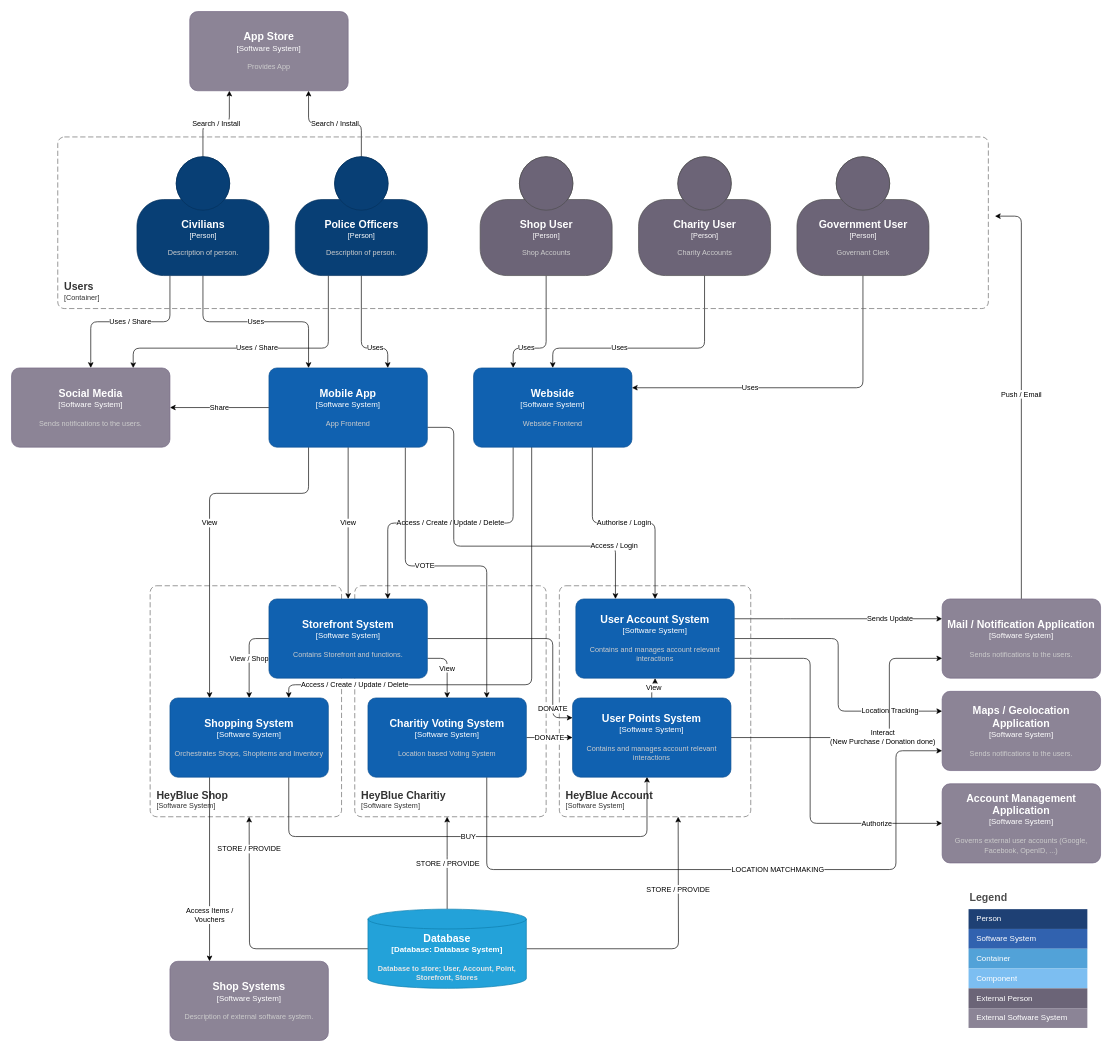
Above: page "C4 Level2" (1 of 3) of WiP/Usecases/12_shop.drawio in MinniMieze/HeyBlue (draw.io), before the change. Source tidied: cells renumbered, new cells numbered last; positions are measured from the earlier drawing's top-left corner, leaving out a move shared by most shapes. Both pictures are drawn from the tidied source at 66%, with x=0, y=0 at pixel (11, 11).
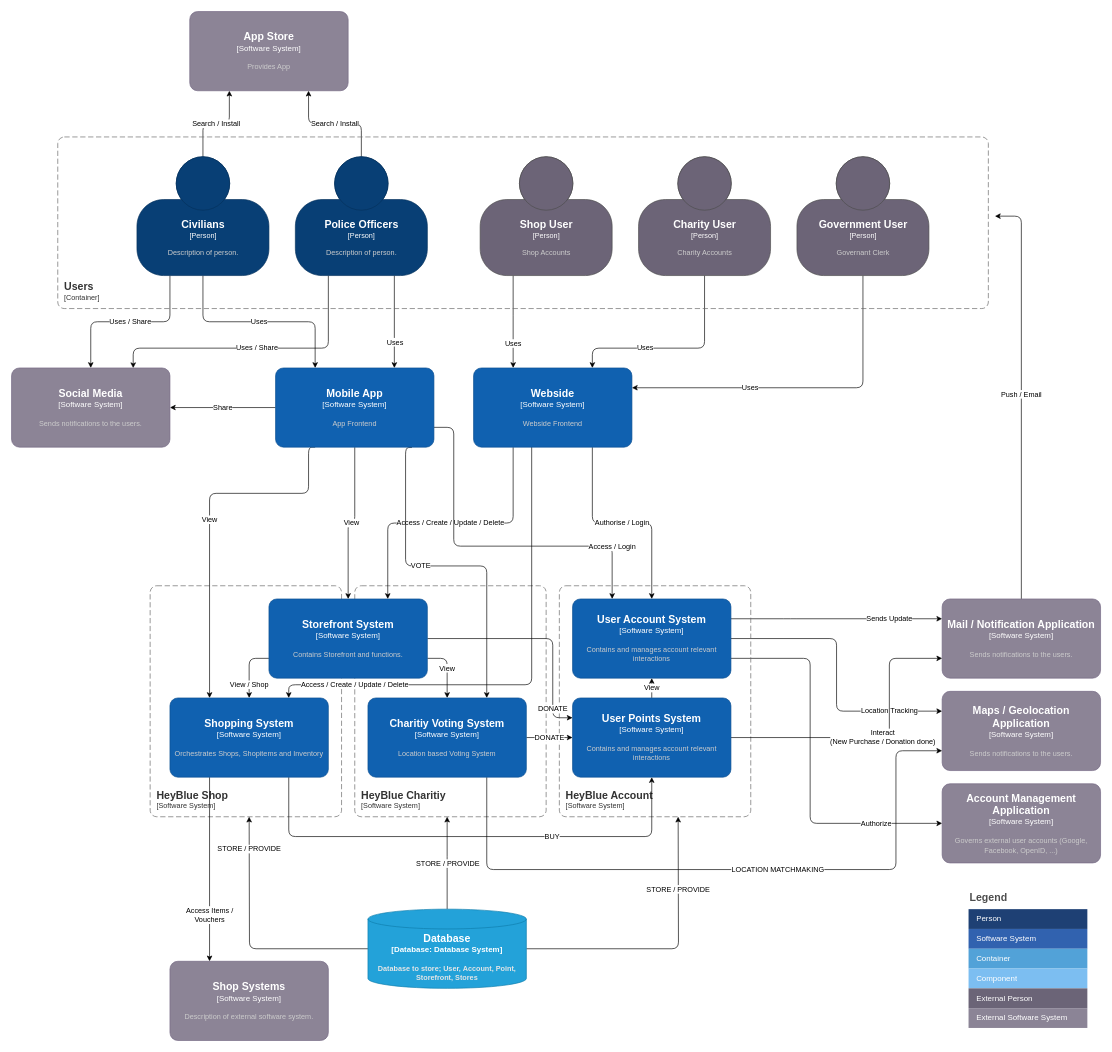
The same diagram, later.

Commit message:
C4 Level2 UC 12 - last alignments

Unchanged cells that the change refers to:
```xml
<object id="23" label="&lt;font style=&quot;font-size: 16px&quot;&gt;&lt;b&gt;%c4Name%&lt;/b&gt;&lt;/font&gt;&lt;div&gt;[%c4Type%]&lt;/div&gt;&lt;br&gt;&lt;div&gt;&lt;font style=&quot;font-size: 11px&quot;&gt;&lt;font color=&quot;#cccccc&quot;&gt;%c4Description%&lt;/font&gt;&lt;/div&gt;" c4Description="Contains Storefront and functions." c4Name="Storefront System" c4Type="Software System" placeholders="1">
  <mxCell style="rounded=1;whiteSpace=wrap;html=1;labelBackgroundColor=none;fillColor=#1061B0;fontColor=#ffffff;align=center;arcSize=10;strokeColor=#0D5091;points=[[0.25,0,0],[0.5,0,0],[0.75,0,0],[1,0.25,0],[1,0.5,0],[1,0.75,0],[0.75,1,0],[0.5,1,0],[0.25,1,0],[0,0.75,0],[0,0.5,0],[0,0.25,0]];" parent="1" vertex="1">
    <mxGeometry x="390" y="890" width="240" height="120" as="geometry" />
  </mxCell>
</object>
<object id="26" label="&lt;font style=&quot;font-size: 16px&quot;&gt;&lt;b&gt;%c4Name%&lt;/b&gt;&lt;/font&gt;&lt;div&gt;[%c4Type%]&lt;/div&gt;&lt;br&gt;&lt;div&gt;&lt;font style=&quot;font-size: 11px&quot;&gt;&lt;font color=&quot;#cccccc&quot;&gt;%c4Description%&lt;/font&gt;&lt;/div&gt;" c4Description="Orchestrates Shops, Shopitems and Inventory" c4Name="Shopping System" c4Type="Software System" placeholders="1">
  <mxCell style="rounded=1;whiteSpace=wrap;html=1;labelBackgroundColor=none;fillColor=#1061B0;fontColor=#ffffff;align=center;arcSize=10;strokeColor=#0D5091;points=[[0.25,0,0],[0.5,0,0],[0.75,0,0],[1,0.25,0],[1,0.5,0],[1,0.75,0],[0.75,1,0],[0.5,1,0],[0.25,1,0],[0,0.75,0],[0,0.5,0],[0,0.25,0]];" parent="1" vertex="1">
    <mxGeometry x="240" y="1040" width="240" height="120" as="geometry" />
  </mxCell>
</object>
<object id="30" label="&lt;font style=&quot;font-size: 16px&quot;&gt;&lt;b&gt;%c4Name%&lt;/b&gt;&lt;/font&gt;&lt;div&gt;[%c4Type%]&lt;/div&gt;&lt;br&gt;&lt;div&gt;&lt;font style=&quot;font-size: 11px&quot;&gt;&lt;font color=&quot;#cccccc&quot;&gt;%c4Description%&lt;/font&gt;&lt;/div&gt;" c4Description="Charity Accounts" c4Name="Charity User" c4Type="Person" placeholders="1">
  <mxCell style="html=1;fontSize=11;dashed=0;whitespace=wrap;fillColor=#6C6477;strokeColor=#4D4D4D;fontColor=#ffffff;shape=mxgraph.c4.person2;align=center;points=[[0.5,0,0],[1,0.5,0],[1,0.75,0],[0.75,1,0],[0.5,1,0],[0.25,1,0],[0,0.75,0],[0,0.5,0]];" parent="1" vertex="1">
    <mxGeometry x="950" y="220" width="200" height="180" as="geometry" />
  </mxCell>
</object>
<object id="32" label="&lt;font style=&quot;font-size: 16px&quot;&gt;&lt;b&gt;%c4Name%&lt;/b&gt;&lt;/font&gt;&lt;div&gt;[%c4Type%]&lt;/div&gt;&lt;br&gt;&lt;div&gt;&lt;font style=&quot;font-size: 11px&quot;&gt;&lt;font color=&quot;#cccccc&quot;&gt;%c4Description%&lt;/font&gt;&lt;/div&gt;" c4Description="Shop Accounts" c4Name="Shop User" c4Type="Person" placeholders="1">
  <mxCell style="html=1;fontSize=11;dashed=0;whitespace=wrap;fillColor=#6C6477;strokeColor=#4D4D4D;fontColor=#ffffff;shape=mxgraph.c4.person2;align=center;points=[[0.5,0,0],[1,0.5,0],[1,0.75,0],[0.75,1,0],[0.5,1,0],[0.25,1,0],[0,0.75,0],[0,0.5,0]];" parent="1" vertex="1">
    <mxGeometry x="710" y="220" width="200" height="180" as="geometry" />
  </mxCell>
</object>
<object id="36" label="&lt;font style=&quot;font-size: 16px&quot;&gt;&lt;b&gt;%c4Name%&lt;/b&gt;&lt;/font&gt;&lt;div&gt;[%c4Type%]&lt;/div&gt;&lt;br&gt;&lt;div&gt;&lt;font style=&quot;font-size: 11px&quot;&gt;&lt;font color=&quot;#cccccc&quot;&gt;%c4Description%&lt;/font&gt;&lt;/div&gt;" c4Description="Webside Frontend" c4Name="Webside" c4Type="Software System" placeholders="1">
  <mxCell style="rounded=1;whiteSpace=wrap;html=1;labelBackgroundColor=none;fillColor=#1061B0;fontColor=#ffffff;align=center;arcSize=10;strokeColor=#0D5091;points=[[0.25,0,0],[0.5,0,0],[0.75,0,0],[1,0.25,0],[1,0.5,0],[1,0.75,0],[0.75,1,0],[0.5,1,0],[0.25,1,0],[0,0.75,0],[0,0.5,0],[0,0.25,0]];" parent="1" vertex="1">
    <mxGeometry x="700" y="540" width="240" height="120" as="geometry" />
  </mxCell>
</object>
<object id="46" label="&lt;font style=&quot;font-size: 16px&quot;&gt;&lt;b&gt;%c4Name%&lt;/b&gt;&lt;/font&gt;&lt;div&gt;[%c4Type%]&lt;/div&gt;&lt;br&gt;&lt;div&gt;&lt;font style=&quot;font-size: 11px&quot;&gt;&lt;font color=&quot;#cccccc&quot;&gt;%c4Description%&lt;/font&gt;&lt;/div&gt;" c4Description="Description of person." c4Name="Police Officers" c4Type="Person" placeholders="1">
  <mxCell style="html=1;fontSize=11;dashed=0;whitespace=wrap;fillColor=#083F75;strokeColor=#06315C;fontColor=#ffffff;shape=mxgraph.c4.person2;align=center;points=[[0.5,0,0],[1,0.5,0],[1,0.75,0],[0.75,1,0],[0.5,1,0],[0.25,1,0],[0,0.75,0],[0,0.5,0]];" parent="1" vertex="1">
    <mxGeometry x="430" y="220" width="200" height="180" as="geometry" />
  </mxCell>
</object>
<object id="56" label="&lt;font style=&quot;font-size: 16px&quot;&gt;&lt;b&gt;%c4Name%&lt;/b&gt;&lt;/font&gt;&lt;div&gt;[%c4Type%]&lt;/div&gt;&lt;br&gt;&lt;div&gt;&lt;font style=&quot;font-size: 11px&quot;&gt;&lt;font color=&quot;#cccccc&quot;&gt;%c4Description%&lt;/font&gt;&lt;/div&gt;" c4Description="Contains and manages account relevant interactions" c4Name="User Points System" c4Type="Software System" placeholders="1">
  <mxCell style="rounded=1;whiteSpace=wrap;html=1;labelBackgroundColor=none;fillColor=#1061B0;fontColor=#ffffff;align=center;arcSize=10;strokeColor=#0D5091;points=[[0.25,0,0],[0.5,0,0],[0.75,0,0],[1,0.25,0],[1,0.5,0],[1,0.75,0],[0.75,1,0],[0.5,1,0],[0.25,1,0],[0,0.75,0],[0,0.5,0],[0,0.25,0]];" parent="1" vertex="1">
    <mxGeometry x="850" y="1040" width="240" height="120" as="geometry" />
  </mxCell>
</object>
```

Diff of the diagram source:
```diff
@@
     <object id="5" label="&lt;font style=&quot;font-size: 16px&quot;&gt;&lt;b&gt;%c4Name%&lt;/b&gt;&lt;/font&gt;&lt;div&gt;[%c4Type%]&lt;/div&gt;&lt;br&gt;&lt;div&gt;&lt;font style=&quot;font-size: 11px&quot;&gt;&lt;font color=&quot;#cccccc&quot;&gt;%c4Description%&lt;/font&gt;&lt;/div&gt;" c4Description="Contains and manages account relevant interactions" c4Name="User Account System" c4Type="Software System" placeholders="1">
       <mxCell style="rounded=1;whiteSpace=wrap;html=1;labelBackgroundColor=none;fillColor=#1061B0;fontColor=#ffffff;align=center;arcSize=10;strokeColor=#0D5091;points=[[0.25,0,0],[0.5,0,0],[0.75,0,0],[1,0.25,0],[1,0.5,0],[1,0.75,0],[0.75,1,0],[0.5,1,0],[0.25,1,0],[0,0.75,0],[0,0.5,0],[0,0.25,0]];" parent="1" vertex="1">
-        <mxGeometry x="855" y="890" width="240" height="120" as="geometry" />
+        <mxGeometry x="850" y="890" width="240" height="120" as="geometry" />
       </mxCell>
     </object>
@@
-    <mxCell id="20" value="View / Shop" style="edgeStyle=orthogonalEdgeStyle;html=1;exitX=0;exitY=0.5;exitDx=0;exitDy=0;exitPerimeter=0;entryX=0.5;entryY=0;entryDx=0;entryDy=0;entryPerimeter=0;" parent="1" edge="1" source="23" target="26">
-      <mxGeometry relative="1" as="geometry" />
+    <mxCell id="20" value="View / Shop" style="edgeStyle=orthogonalEdgeStyle;html=1;exitX=0;exitY=0.75;exitDx=0;exitDy=0;exitPerimeter=0;entryX=0.5;entryY=0;entryDx=0;entryDy=0;entryPerimeter=0;" parent="1" edge="1" source="23" target="26">
+      <mxGeometry x="0.56" relative="1" as="geometry" />
     </mxCell>
@@
-    <mxCell id="25" value="BUY" style="edgeStyle=orthogonalEdgeStyle;html=1;exitX=0.75;exitY=1;exitDx=0;exitDy=0;exitPerimeter=0;entryX=0.47;entryY=0.996;entryDx=0;entryDy=0;entryPerimeter=0;" parent="1" edge="1" source="26" target="56">
-      <mxGeometry relative="1" as="geometry">
+    <mxCell id="25" value="BUY" style="edgeStyle=orthogonalEdgeStyle;html=1;exitX=0.75;exitY=1;exitDx=0;exitDy=0;exitPerimeter=0;entryX=0.5;entryY=1;entryDx=0;entryDy=0;entryPerimeter=0;" parent="1" edge="1" source="26" target="56">
+      <mxGeometry x="0.34" relative="1" as="geometry">
         <Array as="points">
           <mxPoint x="420" y="1250" />
-          <mxPoint x="963" y="1250" />
+          <mxPoint x="970" y="1250" />
         </Array>
       </mxGeometry>
     </mxCell>
@@
-    <mxCell id="29" value="Uses" style="edgeStyle=orthogonalEdgeStyle;html=1;exitX=0.5;exitY=1;exitDx=0;exitDy=0;exitPerimeter=0;entryX=0.5;entryY=0;entryDx=0;entryDy=0;entryPerimeter=0;" parent="1" edge="1" source="30" target="36">
+    <mxCell id="29" value="Uses" style="edgeStyle=orthogonalEdgeStyle;html=1;exitX=0.5;exitY=1;exitDx=0;exitDy=0;exitPerimeter=0;entryX=0.75;entryY=0;entryDx=0;entryDy=0;entryPerimeter=0;" parent="1" edge="1" source="30" target="36">
       <mxGeometry x="0.29" relative="1" as="geometry">
         <Array as="points">
           <mxPoint x="1050" y="510" />
-          <mxPoint x="820" y="510" />
+          <mxPoint x="880" y="510" />
         </Array>
       </mxGeometry>
     </mxCell>
@@
-    <mxCell id="31" value="Uses" style="edgeStyle=orthogonalEdgeStyle;html=1;exitX=0.5;exitY=1;exitDx=0;exitDy=0;exitPerimeter=0;entryX=0.25;entryY=0;entryDx=0;entryDy=0;entryPerimeter=0;" parent="1" edge="1" source="32" target="36">
+    <mxCell id="31" value="Uses" style="edgeStyle=orthogonalEdgeStyle;html=1;exitX=0.25;exitY=1;exitDx=0;exitDy=0;exitPerimeter=0;entryX=0.25;entryY=0;entryDx=0;entryDy=0;entryPerimeter=0;" parent="1" edge="1" source="32" target="36">
       <mxGeometry x="0.47" relative="1" as="geometry">
         <Array as="points">
-          <mxPoint x="810" y="510" />
-          <mxPoint x="760" y="510" />
+          <mxPoint x="760" y="450" />
+          <mxPoint x="760" y="450" />
         </Array>
       </mxGeometry>
     </mxCell>
@@
     <mxCell id="39" value="Access / Login" style="edgeStyle=orthogonalEdgeStyle;html=1;exitX=1;exitY=0.75;exitDx=0;exitDy=0;exitPerimeter=0;entryX=0.25;entryY=0;entryDx=0;entryDy=0;entryPerimeter=0;" parent="1" edge="1" source="42" target="5">
       <mxGeometry x="0.7" relative="1" as="geometry">
         <Array as="points">
           <mxPoint x="670" y="630" />
           <mxPoint x="670" y="810" />
-          <mxPoint x="915" y="810" />
+          <mxPoint x="910" y="810" />
         </Array>
       </mxGeometry>
     </mxCell>
@@
     <object id="42" label="&lt;font style=&quot;font-size: 16px&quot;&gt;&lt;b&gt;%c4Name%&lt;/b&gt;&lt;/font&gt;&lt;div&gt;[%c4Type%]&lt;/div&gt;&lt;br&gt;&lt;div&gt;&lt;font style=&quot;font-size: 11px&quot;&gt;&lt;font color=&quot;#cccccc&quot;&gt;%c4Description%&lt;/font&gt;&lt;/div&gt;" c4Description="App Frontend" c4Name="Mobile App" c4Type="Software System" placeholders="1">
       <mxCell style="rounded=1;whiteSpace=wrap;html=1;labelBackgroundColor=none;fillColor=#1061B0;fontColor=#ffffff;align=center;arcSize=10;strokeColor=#0D5091;points=[[0.25,0,0],[0.5,0,0],[0.75,0,0],[1,0.25,0],[1,0.5,0],[1,0.75,0],[0.75,1,0],[0.5,1,0],[0.25,1,0],[0,0.75,0],[0,0.5,0],[0,0.25,0]];" parent="1" vertex="1">
-        <mxGeometry x="390" y="540" width="240" height="120" as="geometry" />
+        <mxGeometry x="400" y="540" width="240" height="120" as="geometry" />
       </mxCell>
     </object>
-    <mxCell id="43" value="Uses" style="edgeStyle=orthogonalEdgeStyle;html=1;entryX=0.75;entryY=0;entryDx=0;entryDy=0;entryPerimeter=0;" parent="1" edge="1" source="46" target="42">
+    <mxCell id="43" value="Uses" style="edgeStyle=orthogonalEdgeStyle;html=1;exitX=0.75;exitY=1;exitDx=0;exitDy=0;exitPerimeter=0;entryX=0.75;entryY=0;entryDx=0;entryDy=0;entryPerimeter=0;" parent="1" edge="1" source="46" target="42">
       <mxGeometry x="0.44" relative="1" as="geometry">
-        <Array as="points">
-          <mxPoint x="530" y="510" />
-          <mxPoint x="570" y="510" />
-        </Array>
         <mxPoint x="1" as="offset" />
       </mxGeometry>
     </mxCell>
```
